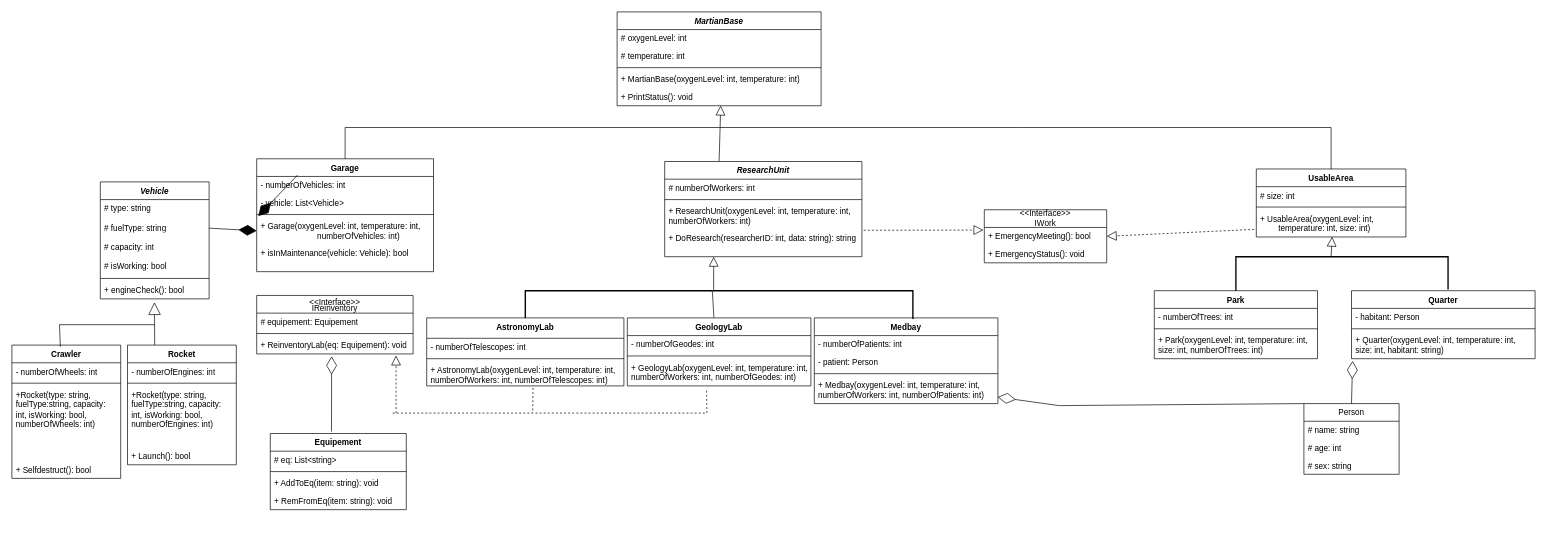
Before: Diagram bez tytułu.drawio in kcprlal/CSharp, a draw.io diagram. Source tidied: cells renumbered, new cells numbered last; positions are measured from the earlier drawing's top-left corner, leaving out a move shared by most shapes. Both pictures are drawn from the tidied source at 68%, with x=0, y=0 at pixel (12, 12).
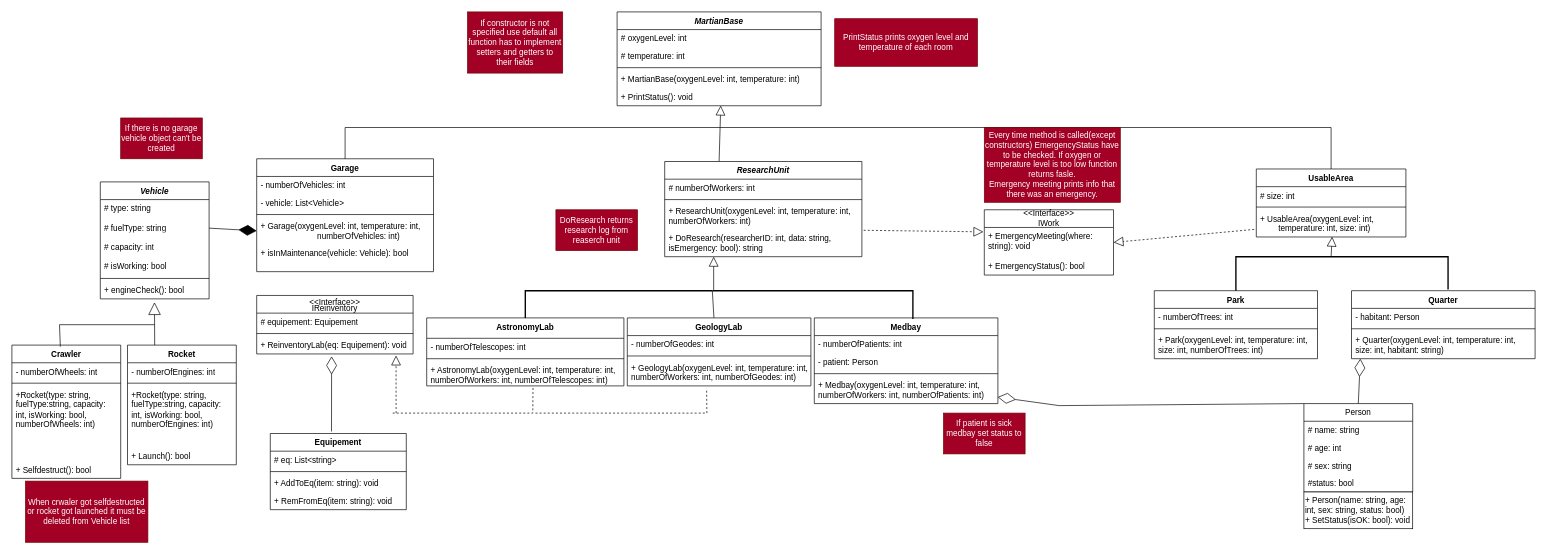
The same diagram, later.

Unchanged cells that the change refers to:
```xml
<mxCell id="12" value="+ Garage(oxygenLevel: int, temperature: int,&lt;div&gt;&lt;span style=&quot;white-space: pre;&quot;&gt;&#9;&lt;/span&gt;&lt;span style=&quot;white-space: pre;&quot;&gt;&#9;&lt;/span&gt;&lt;span style=&quot;white-space: pre;&quot;&gt;&#9;&lt;/span&gt;&amp;nbsp;numberOfVehicles: int)&lt;/div&gt;&lt;div&gt;&lt;br&gt;&lt;/div&gt;&lt;div&gt;&lt;br&gt;&lt;/div&gt;" style="text;strokeColor=none;fillColor=none;align=left;verticalAlign=top;spacingLeft=4;spacingRight=4;overflow=hidden;points=[[0,0.5],[1,0.5]];portConstraint=eastwest;whiteSpace=wrap;html=1;" parent="8" vertex="1">
  <mxGeometry y="86" width="260" height="40" as="geometry" />
</mxCell>
<mxCell id="41" value="+ Quarter(oxygenLevel: int, temperature: int, size: int, habitant: string)" style="text;strokeColor=none;fillColor=none;align=left;verticalAlign=top;spacingLeft=4;spacingRight=4;overflow=hidden;points=[[0,0.5],[1,0.5]];portConstraint=eastwest;whiteSpace=wrap;html=1;" parent="38" vertex="1">
  <mxGeometry y="60" width="270" height="40" as="geometry" />
</mxCell>
<mxCell id="65" value="&lt;i&gt;ResearchUnit&lt;/i&gt;" style="swimlane;fontStyle=1;align=center;verticalAlign=top;horizontal=1;startSize=26;whiteSpace=wrap;html=1;" parent="1" vertex="1">
  <mxGeometry x="960" y="220" width="290" height="140" as="geometry" />
</mxCell>
```

Diff of the diagram source:
```diff
@@
-    <mxCell id="54" style="endArrow=diamondThin;endFill=1;endSize=24;html=1;rounded=0;exitX=1.011;exitY=0.956;exitDx=0;exitDy=0;entryX=0.009;entryY=-0.045;entryDx=0;entryDy=0;entryPerimeter=0;exitPerimeter=0;" parent="1" edge="1" target="12">
-      <mxGeometry relative="1" as="geometry">
-        <mxPoint x="420" y="240" as="sourcePoint" />
-      </mxGeometry>
-    </mxCell>
@@
-    <mxCell id="69" value="+ DoResearch(researcherID: int, data: string): string" style="text;strokeColor=none;fillColor=none;align=left;verticalAlign=top;spacingLeft=4;spacingRight=4;overflow=hidden;points=[[0,0.5],[1,0.5]];portConstraint=eastwest;whiteSpace=wrap;html=1;" parent="65" vertex="1">
+    <mxCell id="69" value="+ DoResearch(researcherID: int, data: string, isEmergency: bool): string" style="text;strokeColor=none;fillColor=none;align=left;verticalAlign=top;spacingLeft=4;spacingRight=4;overflow=hidden;points=[[0,0.5],[1,0.5]];portConstraint=eastwest;whiteSpace=wrap;html=1;" parent="65" vertex="1">
       <mxGeometry y="100" width="290" height="40" as="geometry" />
     </mxCell>
@@
     <mxCell id="71" value="&amp;lt;&amp;lt;Interface&amp;gt;&amp;gt;&lt;div&gt;IWork&lt;/div&gt;" style="swimlane;fontStyle=0;horizontal=1;startSize=26;fillColor=none;whiteSpace=wrap;html=1;" parent="1" vertex="1">
-      <mxGeometry x="1430" y="291" width="180" height="78" as="geometry" />
+      <mxGeometry x="1430" y="291" width="190" height="96" as="geometry" />
     </mxCell>
-    <mxCell id="72" value="+ EmergencyMeeting(): bool" style="text;strokeColor=none;fillColor=none;align=left;verticalAlign=top;spacingLeft=4;spacingRight=4;overflow=hidden;points=[[0,0.5],[1,0.5]];portConstraint=eastwest;whiteSpace=wrap;html=1;" parent="71" vertex="1">
-      <mxGeometry y="26" width="180" height="26" as="geometry" />
+    <mxCell id="72" value="+ EmergencyMeeting(where: string): void" style="text;strokeColor=none;fillColor=none;align=left;verticalAlign=top;spacingLeft=4;spacingRight=4;overflow=hidden;points=[[0,0.5],[1,0.5]];portConstraint=eastwest;whiteSpace=wrap;html=1;" parent="71" vertex="1">
+      <mxGeometry y="26" width="190" height="44" as="geometry" />
     </mxCell>
-    <mxCell id="73" value="+ EmergencyStatus(): void" style="text;strokeColor=none;fillColor=none;align=left;verticalAlign=top;spacingLeft=4;spacingRight=4;overflow=hidden;whiteSpace=wrap;html=1;" parent="71" vertex="1">
-      <mxGeometry y="52" width="180" height="26" as="geometry" />
+    <mxCell id="73" value="+ EmergencyStatus(): bool" style="text;strokeColor=none;fillColor=none;align=left;verticalAlign=top;spacingLeft=4;spacingRight=4;overflow=hidden;whiteSpace=wrap;html=1;" parent="71" vertex="1">
+      <mxGeometry y="70" width="190" height="26" as="geometry" />
     </mxCell>
@@
     <mxCell id="76" value="Person" style="swimlane;fontStyle=0;horizontal=1;startSize=26;fillColor=none;whiteSpace=wrap;html=1;" parent="1" vertex="1">
-      <mxGeometry x="1900" y="576" width="140" height="104" as="geometry" />
+      <mxGeometry x="1900" y="576" width="160" height="130" as="geometry" />
     </mxCell>
     <mxCell id="77" value="# name: string" style="text;strokeColor=none;fillColor=none;align=left;verticalAlign=top;spacingLeft=4;spacingRight=4;overflow=hidden;whiteSpace=wrap;html=1;" parent="76" vertex="1">
-      <mxGeometry y="26" width="140" height="26" as="geometry" />
+      <mxGeometry y="26" width="160" height="26" as="geometry" />
     </mxCell>
     <mxCell id="78" value="# age: int" style="text;strokeColor=none;fillColor=none;align=left;verticalAlign=top;spacingLeft=4;spacingRight=4;overflow=hidden;whiteSpace=wrap;html=1;" parent="76" vertex="1">
-      <mxGeometry y="52" width="140" height="26" as="geometry" />
+      <mxGeometry y="52" width="160" height="26" as="geometry" />
     </mxCell>
-    <mxCell id="79" value="# sex: string" style="text;strokeColor=none;fillColor=none;align=left;verticalAlign=top;spacingLeft=4;spacingRight=4;overflow=hidden;whiteSpace=wrap;html=1;" parent="76" vertex="1">
-      <mxGeometry y="78" width="140" height="26" as="geometry" />
+    <mxCell id="79" value="# sex: string&lt;div&gt;&lt;br&gt;&lt;/div&gt;" style="text;strokeColor=none;fillColor=none;align=left;verticalAlign=top;spacingLeft=4;spacingRight=4;overflow=hidden;whiteSpace=wrap;html=1;" parent="76" vertex="1">
+      <mxGeometry y="78" width="160" height="26" as="geometry" />
     </mxCell>
+    <mxCell id="98" value="#status: bool" style="text;strokeColor=none;fillColor=none;align=left;verticalAlign=top;spacingLeft=4;spacingRight=4;overflow=hidden;whiteSpace=wrap;html=1;" parent="76" vertex="1">
+      <mxGeometry y="104" width="160" height="26" as="geometry" />
+    </mxCell>
-    <mxCell id="80" style="endArrow=diamondThin;endFill=0;endSize=24;html=1;rounded=0;exitX=0.5;exitY=0;exitDx=0;exitDy=0;entryX=0.006;entryY=1.079;entryDx=0;entryDy=0;entryPerimeter=0;" parent="1" edge="1" source="76" target="41">
+    <mxCell id="80" style="endArrow=diamondThin;endFill=0;endSize=24;html=1;rounded=0;exitX=0.5;exitY=0;exitDx=0;exitDy=0;entryX=0.048;entryY=1;entryDx=0;entryDy=0;entryPerimeter=0;" parent="1" edge="1" source="76" target="41">
       <mxGeometry relative="1" as="geometry" />
     </mxCell>
@@
+    <mxCell id="99" value="If constructor is not specified use default all function has to implement setters and getters to their fields" style="rounded=0;whiteSpace=wrap;html=1;fillColor=#a20025;fontColor=#ffffff;strokeColor=#6F0000;" parent="1" vertex="1">
+      <mxGeometry x="670" width="140" height="90" as="geometry" />
+    </mxCell>
+    <mxCell id="100" value="When crwaler got selfdestructed or rocket got launched it must be deleted from Vehicle list" style="rounded=0;whiteSpace=wrap;html=1;fillColor=#a20025;fontColor=#ffffff;strokeColor=#6F0000;" parent="1" vertex="1">
+      <mxGeometry x="20" y="690" width="180" height="90" as="geometry" />
+    </mxCell>
+    <mxCell id="101" value="PrintStatus prints oxygen level and temperature of each room" style="rounded=0;whiteSpace=wrap;html=1;fillColor=#a20025;fontColor=#ffffff;strokeColor=#6F0000;" parent="1" vertex="1">
+      <mxGeometry x="1210" y="10" width="210" height="70" as="geometry" />
+    </mxCell>
+    <mxCell id="102" value="Every time method is called(except constructors) EmergencyStatus have to be checked. If oxygen or temperature level is too low function returns fasle.&lt;div&gt;Emergency meeting prints info that there was an emergency.&lt;/div&gt;" style="rounded=0;whiteSpace=wrap;html=1;fillColor=#a20025;fontColor=#ffffff;strokeColor=#6F0000;" parent="1" vertex="1">
+      <mxGeometry x="1430" y="170" width="200" height="110" as="geometry" />
+    </mxCell>
+    <mxCell id="103" value="If there is no garage vehicle object can't be created" style="rounded=0;whiteSpace=wrap;html=1;fillColor=#a20025;fontColor=#ffffff;strokeColor=#6F0000;" parent="1" vertex="1">
+      <mxGeometry x="160" y="156" width="120" height="60" as="geometry" />
+    </mxCell>
+    <mxCell id="104" value="DoResearch returns research log from reaserch unit" style="rounded=0;whiteSpace=wrap;html=1;fillColor=#a20025;fontColor=#ffffff;strokeColor=#6F0000;" parent="1" vertex="1">
+      <mxGeometry x="800" y="291" width="120" height="60" as="geometry" />
+    </mxCell>
+    <mxCell id="105" value="&lt;div&gt;+ Person(name: string, age: int, sex: string, status: bool)&lt;/div&gt;+ SetStatus(isOK: bool): void" style="html=1;whiteSpace=wrap;align=left;" parent="1" vertex="1">
+      <mxGeometry x="1900" y="706" width="160" height="54" as="geometry" />
+    </mxCell>
+    <mxCell id="106" value="If patient is sick medbay set status to false" style="rounded=0;whiteSpace=wrap;html=1;fillColor=#a20025;fontColor=#ffffff;strokeColor=#6F0000;" parent="1" vertex="1">
+      <mxGeometry x="1370" y="590" width="120" height="60" as="geometry" />
+    </mxCell>
```
